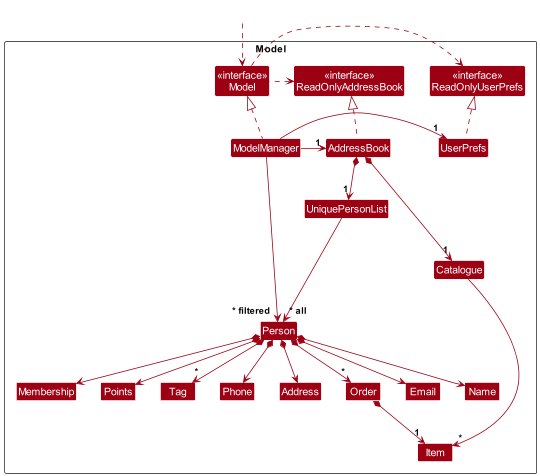
This is docs/images/ModelClassDiagram.png from kokerinks/tp, a PlantUML export, as it was before one commit.
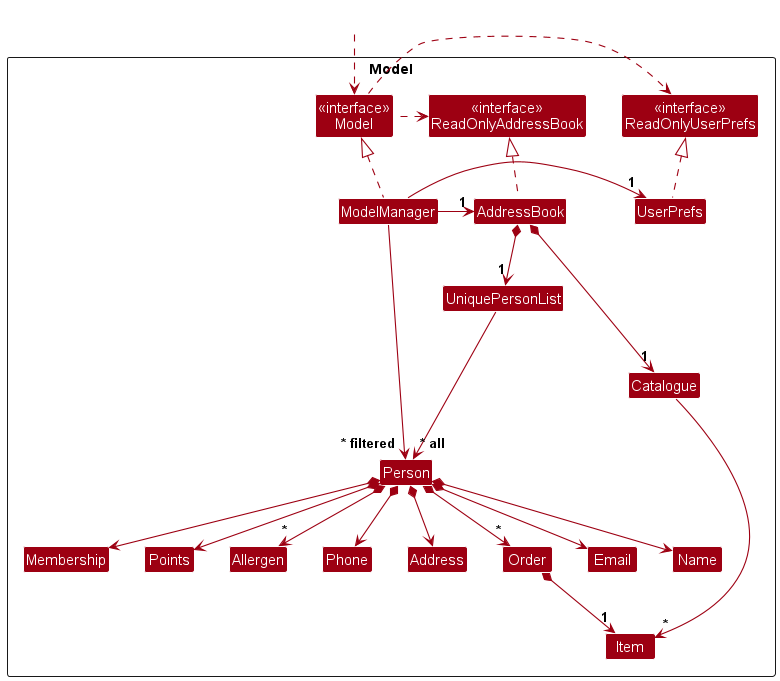
Later version of the same file.

The edit, as a diff of the source:
```diff
@@ -21,7 +21,7 @@
 Class Phone
 Class Membership
 Class Points
-Class Tag
+Class Allergen
 Class Order
 Class Item
 
@@ -51,7 +51,7 @@
 Person *--> Address
 Person *--> Membership
 Person *--> Points
-Person *--> "*" Tag
+Person *--> "*" Allergen
 Person *--> "*" Order
 
 Order *--> "1" Item
```
